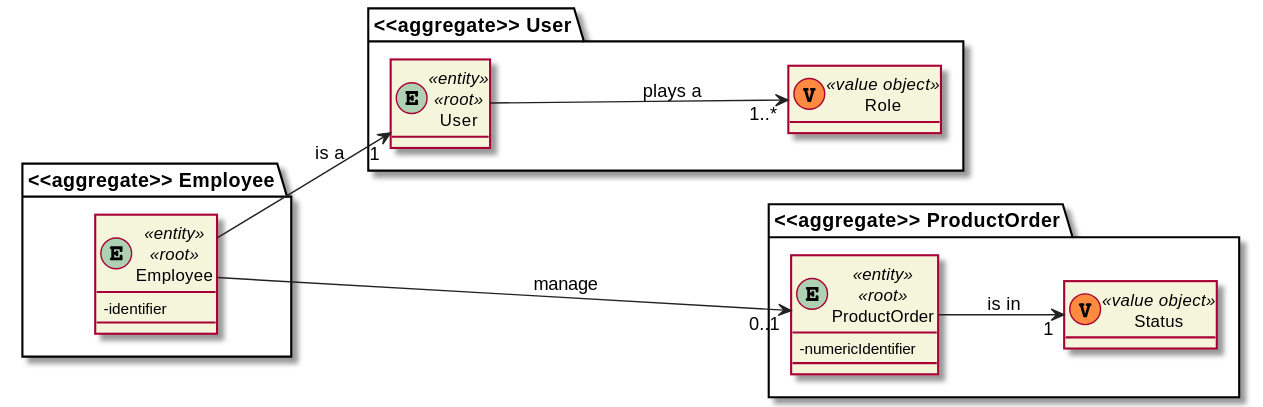
This is docs/1201386/US1006/DM_Orders.svg from 0franciscor/lei21_22_s4_2de_01, a PlantUML export, as it was before one commit.
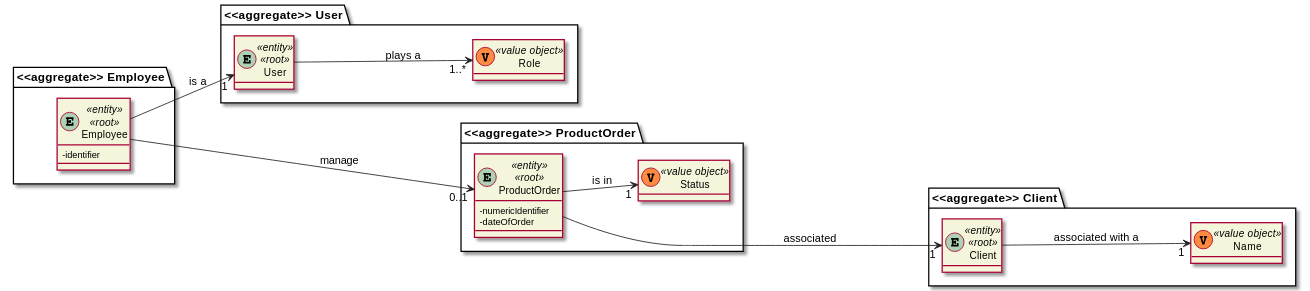
After the change.

Diff of the diagram source:
```diff
@@ -13,6 +13,7 @@
 
 entity ProductOrder <<entity>> <<root>> {
 - numericIdentifier
+- dateOfOrder
 }
 
 class Status <<(V,#FF8B40) value object>> {}
@@ -37,12 +38,24 @@
 
 class Role <<(V,#FF8B40) value object>> {}
 
+package "<<aggregate>> Client" {
+    entity Client
+    class Name
+}
+
+entity Client <<entity>> <<root>> {
+
+}
+class Name <<(V,#FF8B40) value object>> {}
+
+
 User ---> "1..*" Role : plays a
 
 Employee --> "1" User : is a
 
 Employee  ----> "0..1" ProductOrder : manage
 ProductOrder --> "1" Status : is in
-
+ProductOrder -----> "1" Client : associated
+Client ---> "1" Name: associated with a
 
 @enduml
```
